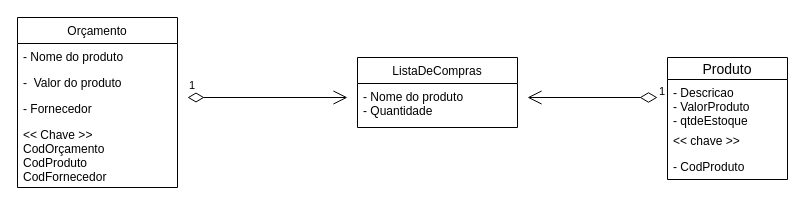
Above: docs/ARTEFATOS(15-23)/Gerenciar_Produtos/Modelo_Conceitual_Gerenciar_Produtos.drawio in Darienzo08/ope_ads (draw.io), before the change. Source tidied: cells renumbered, new cells numbered last; positions are measured from the earlier drawing's top-left corner, leaving out a move shared by most shapes. Both pictures are drawn from the tidied source at 100%, with x=0, y=0 at pixel (17, 17).
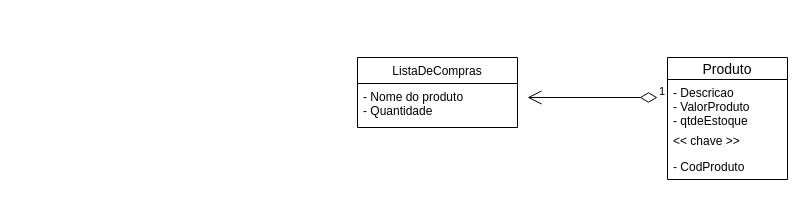
The same page after the edit.

Change to the diagram source:
```diff
@@
 <mxGraphModel>
   <root>
     <mxCell id="0" />
     <mxCell id="1" parent="0" />
     <mxCell id="2" value="1" style="endArrow=open;html=1;endSize=12;startArrow=diamondThin;startSize=15;startFill=0;edgeStyle=orthogonalEdgeStyle;align=left;verticalAlign=bottom;sourcePerimeterSpacing=0;" parent="1" edge="1">
       <mxGeometry x="-1" y="3" relative="1" as="geometry">
         <mxPoint x="640" y="80" as="sourcePoint" />
         <mxPoint x="510" y="80" as="targetPoint" />
       </mxGeometry>
     </mxCell>
-    <mxCell id="3" value="1" style="endArrow=open;html=1;endSize=12;startArrow=diamondThin;startSize=14;startFill=0;edgeStyle=orthogonalEdgeStyle;align=left;verticalAlign=bottom;" parent="1" edge="1">
-      <mxGeometry x="-1" y="3" relative="1" as="geometry">
-        <mxPoint x="170" y="80" as="sourcePoint" />
-        <mxPoint x="330" y="80" as="targetPoint" />
-      </mxGeometry>
-    </mxCell>
     <mxCell id="4" value="Produto" style="swimlane;fontStyle=0;horizontal=1;startSize=22;align=center;fontSize=14;" parent="1" vertex="1">
       <mxGeometry x="650" y="40" width="120" height="122" as="geometry" />
     </mxCell>
     <mxCell id="5" value="- Descricao&#10;- ValorProduto&#10;- qtdeEstoque" style="text;strokeColor=none;fillColor=none;spacingLeft=4;spacingRight=4;overflow=hidden;fontSize=12;" parent="4" vertex="1">
       <mxGeometry y="22" width="120" height="48" as="geometry" />
     </mxCell>
     <mxCell id="6" value="&lt;&lt; chave &gt;&gt;" style="text;strokeColor=none;fillColor=none;spacingLeft=4;spacingRight=4;overflow=hidden;fontSize=12;" parent="4" vertex="1">
       <mxGeometry y="70" width="120" height="26" as="geometry" />
     </mxCell>
     <mxCell id="7" value="- CodProduto" style="text;strokeColor=none;fillColor=none;spacingLeft=4;spacingRight=4;overflow=hidden;fontSize=12;" parent="4" vertex="1">
       <mxGeometry y="96" width="120" height="26" as="geometry" />
     </mxCell>
     <mxCell id="8" value="ListaDeCompras" style="swimlane;fontStyle=0;horizontal=1;startSize=26;fillColor=none;" parent="1" vertex="1">
       <mxGeometry x="340" y="40" width="160" height="70" as="geometry" />
     </mxCell>
     <mxCell id="9" value="- Nome do produto&#10;- Quantidade" style="text;strokeColor=none;fillColor=none;align=left;verticalAlign=top;spacingLeft=4;spacingRight=4;overflow=hidden;" parent="8" vertex="1">
       <mxGeometry y="26" width="160" height="44" as="geometry" />
     </mxCell>
-    <mxCell id="10" value="Orçamento" style="swimlane;fontStyle=0;horizontal=1;startSize=26;fillColor=none;" parent="1" vertex="1">
-      <mxGeometry width="160" height="170" as="geometry" />
-    </mxCell>
-    <mxCell id="11" value="- Nome do produto" style="text;strokeColor=none;fillColor=none;align=left;verticalAlign=top;spacingLeft=4;spacingRight=4;overflow=hidden;" parent="10" vertex="1">
-      <mxGeometry y="26" width="160" height="26" as="geometry" />
-    </mxCell>
-    <mxCell id="12" value="-  Valor do produto" style="text;strokeColor=none;fillColor=none;align=left;verticalAlign=top;spacingLeft=4;spacingRight=4;overflow=hidden;" parent="10" vertex="1">
-      <mxGeometry y="52" width="160" height="26" as="geometry" />
-    </mxCell>
-    <mxCell id="13" value="- Fornecedor" style="text;strokeColor=none;fillColor=none;align=left;verticalAlign=top;spacingLeft=4;spacingRight=4;overflow=hidden;" parent="10" vertex="1">
-      <mxGeometry y="78" width="160" height="26" as="geometry" />
-    </mxCell>
-    <mxCell id="14" value="&lt;&lt; Chave &gt;&gt;&#10;CodOrçamento&#10;CodProduto&#10;CodFornecedor" style="text;strokeColor=none;fillColor=none;align=left;verticalAlign=top;spacingLeft=4;spacingRight=4;overflow=hidden;" parent="10" vertex="1">
-      <mxGeometry y="104" width="160" height="66" as="geometry" />
-    </mxCell>
   </root>
 </mxGraphModel>
```
